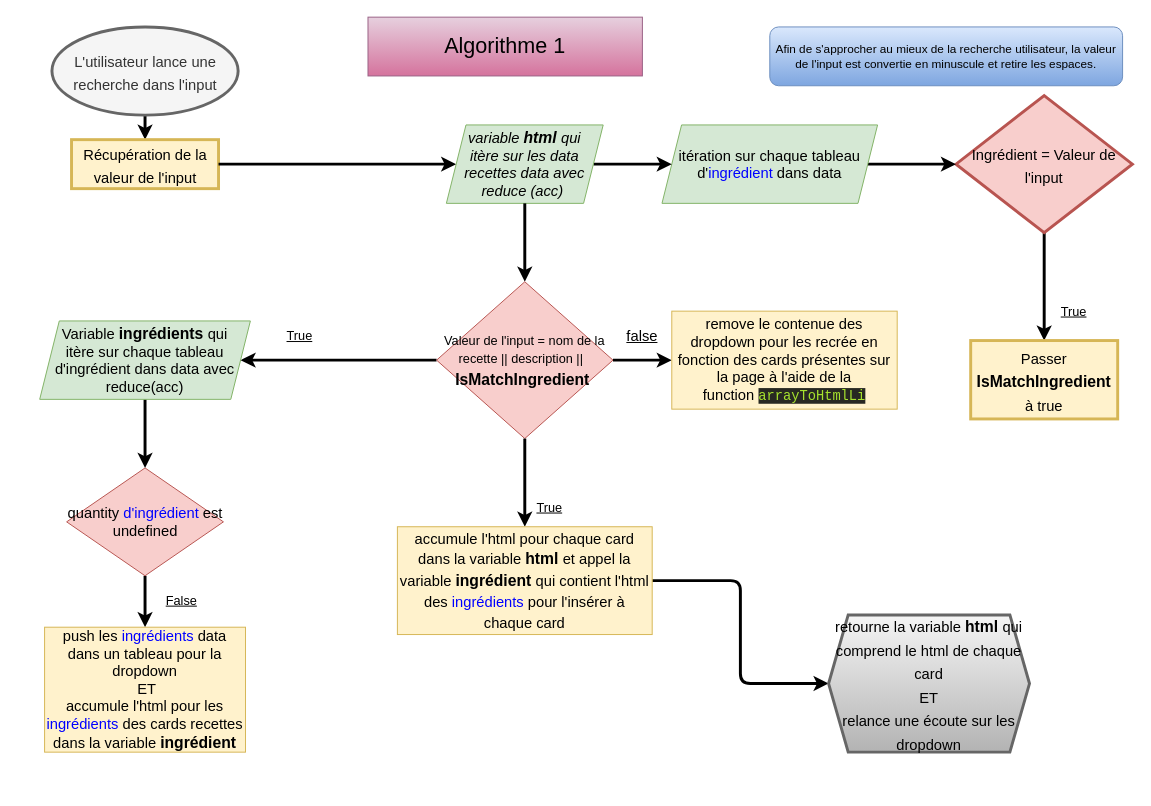
kbosc/KevinBosc_7_21-10-2021 keeps this draw.io diagram as page "Page-1" (1 of 2) of Untitled Diagram.drawio. Above is the earlier version. Source tidied: cells renumbered, new cells numbered last; positions are measured from the earlier drawing's top-left corner, leaving out a move shared by most shapes. Both pictures are drawn from the tidied source at 98%, with x=0, y=0 at pixel (39, 17).
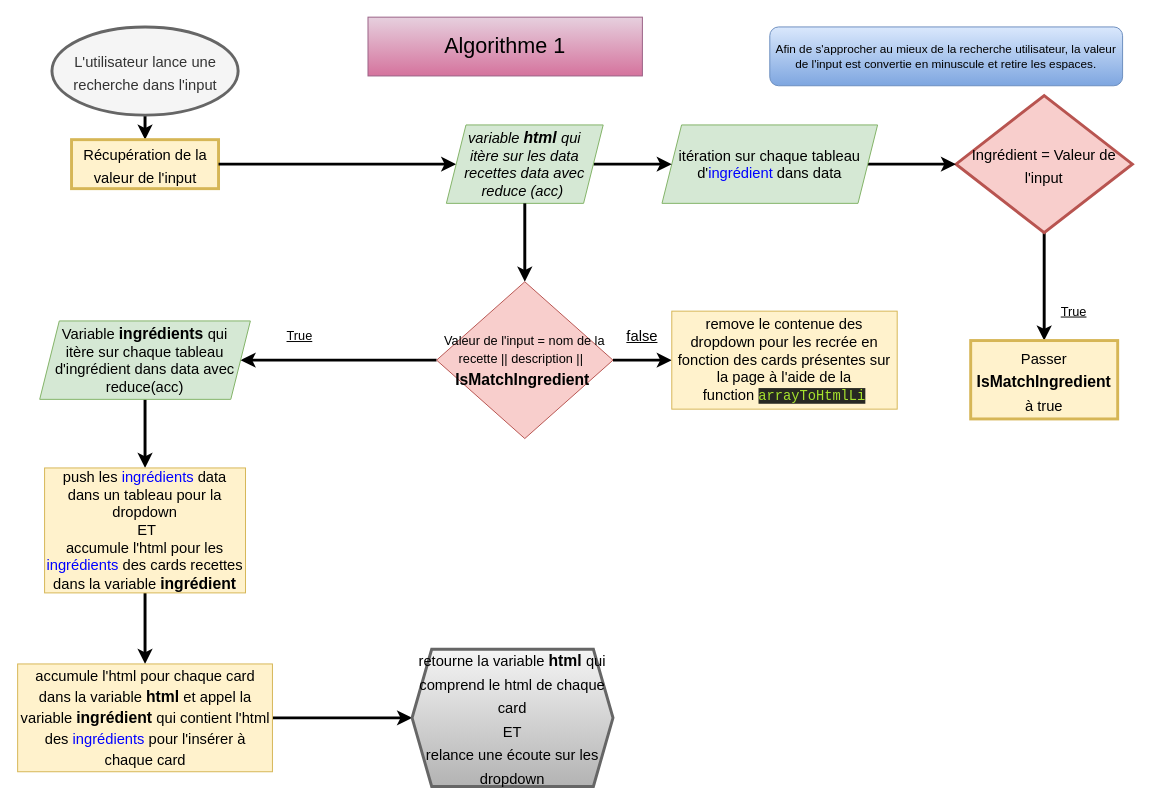
After the change.

Commit message:
Mettre à jour Untitled Diagram.drawio

Unchanged cells that the change refers to:
```xml
<mxCell id="16" value="&lt;div&gt;&lt;span style=&quot;font-size: 13px&quot;&gt;Valeur de l'input = nom de la recette || description ||&amp;nbsp;&amp;nbsp;&lt;/span&gt;&lt;/div&gt;&lt;b style=&quot;font-size: 20px&quot;&gt;&lt;font style=&quot;font-size: 16px&quot;&gt;IsMatchIngredient&lt;/font&gt;&lt;/b&gt;&amp;nbsp;" style="rhombus;whiteSpace=wrap;html=1;fontSize=15;align=center;fillColor=#f8cecc;strokeColor=#b85450;" parent="1" vertex="1">
  <mxGeometry x="405" y="270" width="180" height="160" as="geometry" />
</mxCell>
<mxCell id="22" value="Variable &lt;b&gt;&lt;font style=&quot;font-size: 16px&quot;&gt;ingrédients&amp;nbsp;&lt;/font&gt;&lt;/b&gt;qui itère&amp;nbsp;sur chaque tableau d'ingrédient dans data avec reduce(acc)" style="shape=parallelogram;perimeter=parallelogramPerimeter;whiteSpace=wrap;html=1;fixedSize=1;fontSize=15;strokeColor=#82b366;fillColor=#d5e8d4;" parent="1" vertex="1">
  <mxGeometry y="310" width="215" height="80" as="geometry" />
</mxCell>
```

Diff of the diagram source:
```diff
@@
-    <mxCell id="17" style="edgeStyle=orthogonalEdgeStyle;rounded=1;jettySize=auto;html=1;fontSize=18;strokeWidth=3;" parent="1" edge="1" source="18" target="23">
-      <mxGeometry relative="1" as="geometry" />
-    </mxCell>
-    <mxCell id="18" value="quantity &lt;font color=&quot;#0000ff&quot;&gt;d'ingrédient &lt;/font&gt;est undefined" style="rhombus;whiteSpace=wrap;html=1;fontSize=15;strokeColor=#b85450;fillColor=#f8cecc;" parent="1" vertex="1">
-      <mxGeometry x="27.5" y="460" width="160" height="110" as="geometry" />
-    </mxCell>
-    <mxCell id="19" value="&lt;u&gt;False&lt;/u&gt;" style="text;html=1;strokeColor=none;fillColor=none;align=center;verticalAlign=middle;whiteSpace=wrap;rounded=0;fontSize=13;" parent="1" vertex="1">
-      <mxGeometry x="115" y="580" width="60" height="30" as="geometry" />
-    </mxCell>
@@
-    <mxCell id="21" style="edgeStyle=orthogonalEdgeStyle;jettySize=auto;html=1;fontSize=13;strokeWidth=3;" parent="1" edge="1" source="22" target="18">
-      <mxGeometry relative="1" as="geometry" />
+    <mxCell id="21" style="edgeStyle=orthogonalEdgeStyle;jettySize=auto;html=1;fontSize=13;strokeWidth=3;" parent="1" edge="1" source="22">
+      <mxGeometry relative="1" as="geometry">
+        <mxPoint x="107.5" y="460" as="targetPoint" />
+      </mxGeometry>
     </mxCell>
@@
+    <mxCell id="34" style="edgeStyle=orthogonalEdgeStyle;rounded=1;jettySize=auto;html=1;strokeWidth=3;" parent="1" edge="1" source="23" target="26">
+      <mxGeometry relative="1" as="geometry" />
+    </mxCell>
     <mxCell id="23" value="push les &lt;font color=&quot;#0000ff&quot;&gt;ingrédients &lt;/font&gt;data dans un tableau pour la dropdown&lt;br&gt;&amp;nbsp;ET&lt;br&gt;accumule l'html pour les &lt;font color=&quot;#0000ff&quot;&gt;ingrédients &lt;/font&gt;des cards recettes dans la variable &lt;b&gt;&lt;font style=&quot;font-size: 16px&quot;&gt;ingrédient&lt;/font&gt;&lt;/b&gt;" style="whiteSpace=wrap;html=1;fontSize=15;strokeColor=#d6b656;fillColor=#fff2cc;" parent="1" vertex="1">
-      <mxGeometry x="5" y="622.5" width="205" height="127.5" as="geometry" />
+      <mxGeometry x="5" y="460" width="205" height="127.5" as="geometry" />
     </mxCell>
-    <mxCell id="24" style="edgeStyle=orthogonalEdgeStyle;rounded=1;jettySize=auto;html=1;fontSize=15;strokeWidth=3;" parent="1" edge="1" source="16" target="26">
-      <mxGeometry relative="1" as="geometry" />
-    </mxCell>
@@
     <mxCell id="26" value="&lt;font&gt;&lt;span style=&quot;font-size: 15px&quot;&gt;accumule l'html pour chaque card dans la variable &lt;/span&gt;&lt;b&gt;&lt;font style=&quot;font-size: 16px&quot;&gt;html &lt;/font&gt;&lt;/b&gt;&lt;span style=&quot;font-size: 15px&quot;&gt;et appel la variable &lt;/span&gt;&lt;b&gt;&lt;font style=&quot;font-size: 16px&quot;&gt;ingrédient &lt;/font&gt;&lt;/b&gt;&lt;span style=&quot;font-size: 15px&quot;&gt;qui contient l'html des &lt;font color=&quot;#0000ff&quot;&gt;ingrédients &lt;/font&gt;pour l'insérer à chaque card&lt;/span&gt;&lt;/font&gt;" style="rounded=0;whiteSpace=wrap;html=1;fontSize=18;align=center;fillColor=#fff2cc;strokeColor=#d6b656;" parent="1" vertex="1">
-      <mxGeometry x="365" y="520" width="260" height="110" as="geometry" />
+      <mxGeometry x="-22.5" y="660" width="260" height="110" as="geometry" />
     </mxCell>
@@
     <mxCell id="30" value="&lt;font&gt;&lt;span style=&quot;font-size: 15px&quot;&gt;retourne la variable &lt;/span&gt;&lt;b&gt;&lt;font style=&quot;font-size: 16px&quot;&gt;html &lt;/font&gt;&lt;/b&gt;&lt;span style=&quot;font-size: 15px&quot;&gt;qui comprend le html de chaque card&lt;br&gt;ET&lt;br&gt;relance une écoute sur les dropdown&lt;br&gt;&lt;/span&gt;&lt;/font&gt;" style="shape=hexagon;perimeter=hexagonPerimeter2;whiteSpace=wrap;html=1;fixedSize=1;rounded=0;fontSize=20;strokeWidth=3;fillColor=#f5f5f5;gradientColor=#b3b3b3;strokeColor=#666666;" parent="1" vertex="1">
-      <mxGeometry x="805" y="610" width="205" height="140" as="geometry" />
+      <mxGeometry x="380" y="645" width="205" height="140" as="geometry" />
     </mxCell>
@@
-    <mxCell id="32" value="&lt;u&gt;True&lt;/u&gt;" style="text;html=1;align=center;verticalAlign=middle;strokeColor=none;fillColor=none;fontSize=13;" parent="1" vertex="1">
-      <mxGeometry x="500" y="490" width="40" height="20" as="geometry" />
-    </mxCell>
```
